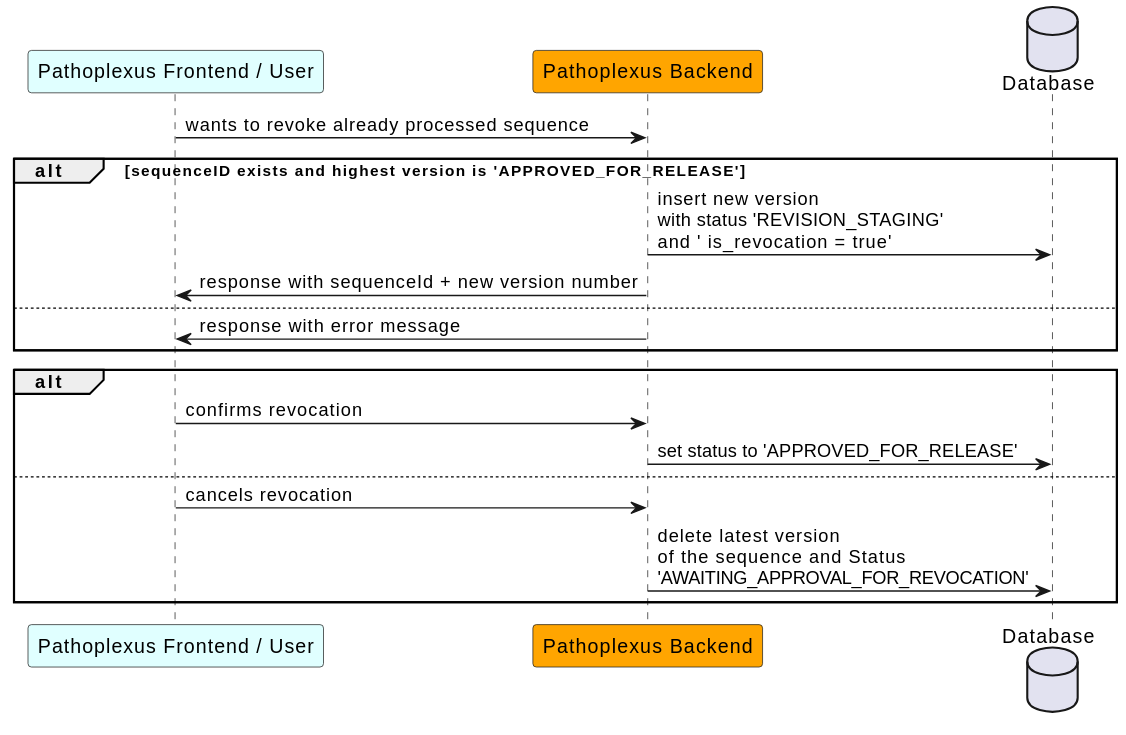
Earlier version of the PlantUML export backend/docs/plantuml/sequenceRevocation.svg (loculus-project/loculus).
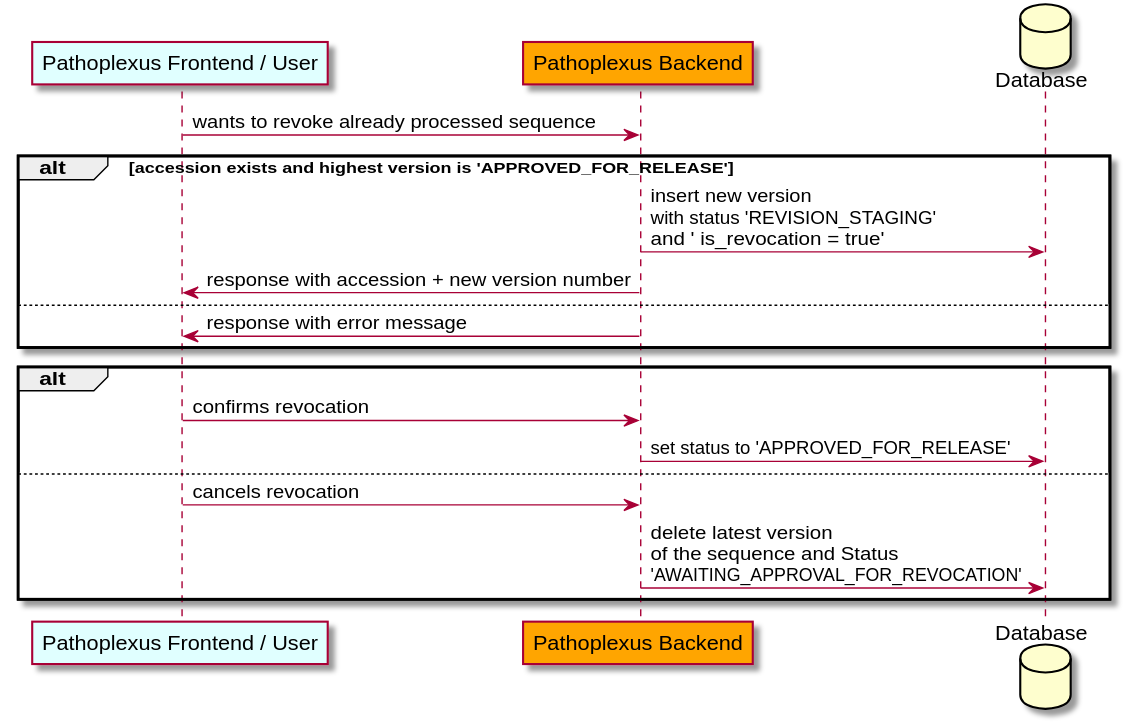
The same diagram one commit later.

Change to the diagram source:
```diff
@@ -5,9 +5,9 @@
 
     frontend -> backend: wants to revoke already processed sequence
 
-     alt sequenceID exists and highest version is 'APPROVED_FOR_RELEASE'
+     alt accession exists and highest version is 'APPROVED_FOR_RELEASE'
         backend -> DB: insert new version\nwith status 'REVISION_STAGING' \nand ' is_revocation = true'
-    backend -> frontend: response with sequenceId + new version number
+    backend -> frontend: response with accession + new version number
     else
         backend -> frontend: response with error message
     end
```
